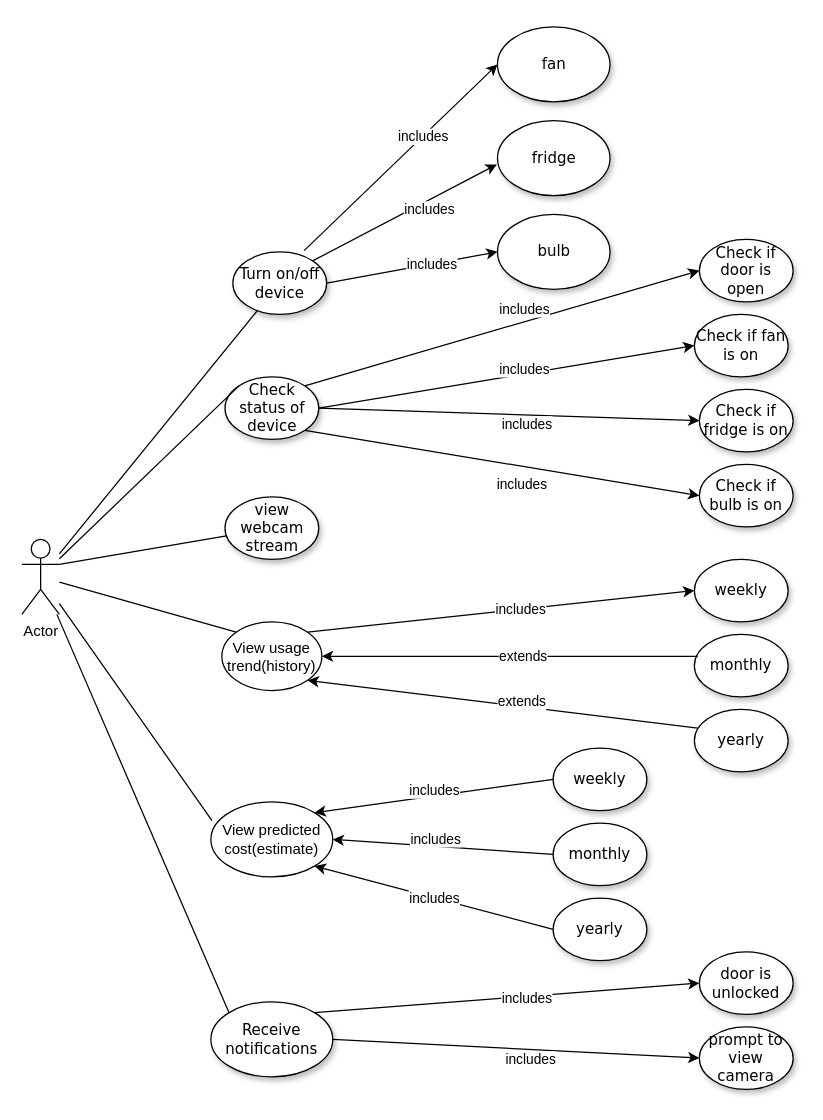
This is UseCaseDiag.drawio from rsashna/networkDiagrams, a draw.io file, before an edit. Source tidied: cells renumbered, new cells numbered last; positions are measured from the earlier drawing's top-left corner, leaving out a move shared by most shapes. Both pictures are drawn from the tidied source at 125%, with x=0, y=0 at pixel (21, 26).
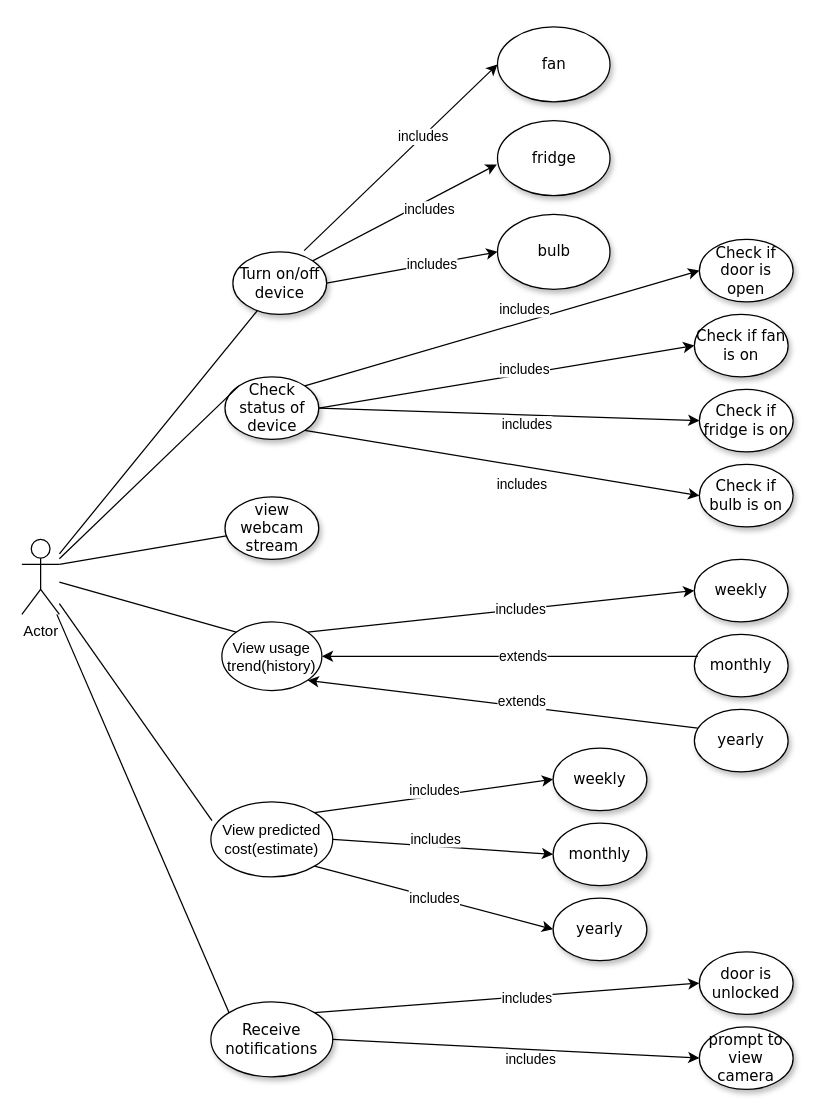
Above is the later version.

The change refers to these unchanged cells:
```xml
<mxCell id="2" value="weekly" style="ellipse;whiteSpace=wrap;html=1;rounded=0;shadow=1;comic=0;labelBackgroundColor=none;strokeWidth=1;fontFamily=Verdana;fontSize=12;align=center;" parent="1" vertex="1">
  <mxGeometry x="425" y="577" width="75" height="50" as="geometry" />
</mxCell>
<mxCell id="11" value="View predicted cost(estimate)" style="ellipse;whiteSpace=wrap;html=1;" parent="1" vertex="1">
  <mxGeometry x="151.2" y="620" width="97.5" height="60" as="geometry" />
</mxCell>
<mxCell id="17" value="&lt;div&gt;yearly&lt;/div&gt;" style="ellipse;whiteSpace=wrap;html=1;rounded=0;shadow=1;comic=0;labelBackgroundColor=none;strokeWidth=1;fontFamily=Verdana;fontSize=12;align=center;" parent="1" vertex="1">
  <mxGeometry x="425" y="697" width="75" height="50" as="geometry" />
</mxCell>
<mxCell id="51" value="monthly" style="ellipse;whiteSpace=wrap;html=1;rounded=0;shadow=1;comic=0;labelBackgroundColor=none;strokeWidth=1;fontFamily=Verdana;fontSize=12;align=center;" parent="1" vertex="1">
  <mxGeometry x="425" y="637" width="75" height="50" as="geometry" />
</mxCell>
```

The edit, as a diff of the source:
```diff
@@
-    <mxCell id="27" style="endArrow=classic;html=1;exitX=0;exitY=0.5;exitDx=0;exitDy=0;entryX=1;entryY=0;entryDx=0;entryDy=0;" parent="1" edge="1" source="2" target="11">
+    <mxCell id="27" style="endArrow=none;html=1;exitX=0;exitY=0.5;exitDx=0;exitDy=0;entryX=1;entryY=0;entryDx=0;entryDy=0;startArrow=classic;startFill=1;endFill=0;" parent="1" edge="1" source="2" target="11">
       <mxGeometry relative="1" as="geometry" />
     </mxCell>
@@
-    <mxCell id="29" style="endArrow=classic;html=1;entryX=1;entryY=1;entryDx=0;entryDy=0;exitX=0;exitY=0.5;exitDx=0;exitDy=0;" parent="1" edge="1" source="17" target="11">
+    <mxCell id="29" style="endArrow=none;html=1;entryX=1;entryY=1;entryDx=0;entryDy=0;exitX=0;exitY=0.5;exitDx=0;exitDy=0;startArrow=classic;startFill=1;endFill=0;" parent="1" edge="1" source="17" target="11">
       <mxGeometry relative="1" as="geometry" />
     </mxCell>
@@
-    <mxCell id="52" style="endArrow=classic;html=1;exitX=0;exitY=0.5;exitDx=0;exitDy=0;entryX=1;entryY=0.5;entryDx=0;entryDy=0;" parent="1" edge="1" source="51" target="11">
+    <mxCell id="52" style="endArrow=none;html=1;exitX=0;exitY=0.5;exitDx=0;exitDy=0;entryX=1;entryY=0.5;entryDx=0;entryDy=0;startArrow=classic;startFill=1;endFill=0;" parent="1" edge="1" source="51" target="11">
       <mxGeometry relative="1" as="geometry" />
     </mxCell>
```
